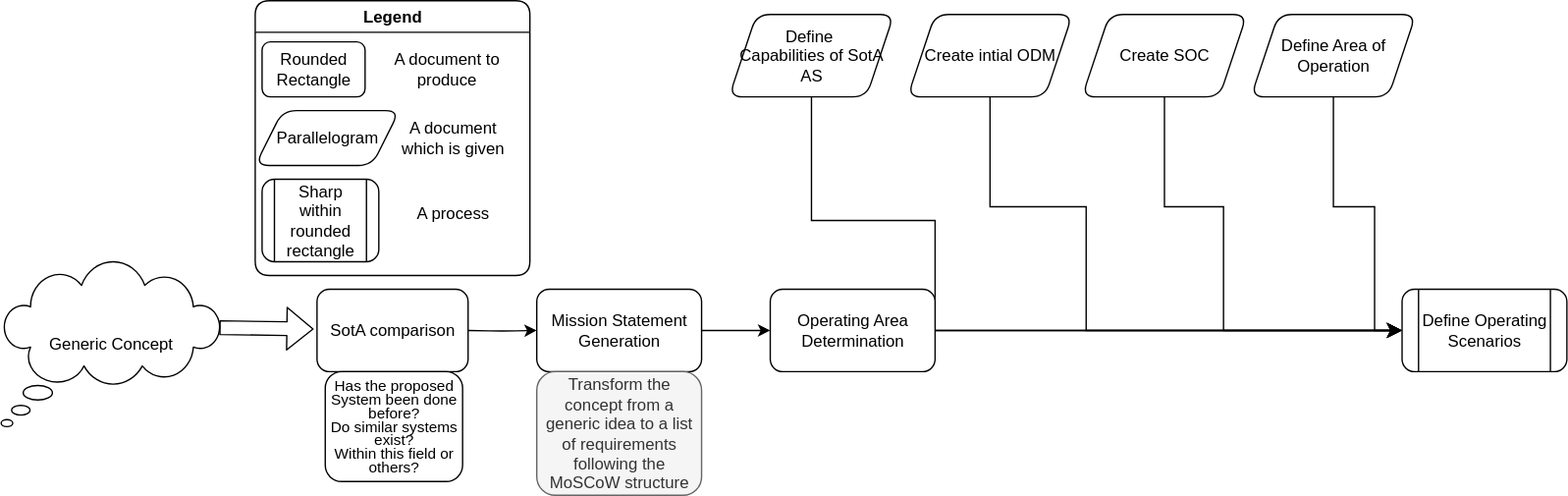
TortoiseFather/sacred-site keeps this draw.io diagram as src/diagrams/Step-1.svg. Above is the earlier version. Source tidied: cells renumbered, new cells last; positions are measured from the earlier drawing's top-left corner, leaving out a move shared by most shapes. Source of this version:
```xml
<mxGraphModel>
  <root>
    <mxCell id="0" />
    <mxCell id="1" parent="0" />
    <mxCell id="2" value="Generic Concept" style="whiteSpace=wrap;html=1;shape=mxgraph.basic.cloud_callout;rounded=1;" parent="1" vertex="1">
      <mxGeometry y="190" width="160" height="120" as="geometry" />
    </mxCell>
    <mxCell id="3" style="shape=flexArrow;endArrow=classic;html=1;rounded=1;exitX=0.993;exitY=0.4;exitDx=0;exitDy=0;exitPerimeter=0;entryX=-0.022;entryY=0.483;entryDx=0;entryDy=0;entryPerimeter=0;" parent="1" edge="1" source="2" target="10">
      <mxGeometry relative="1" as="geometry" />
    </mxCell>
    <mxCell id="4" style="edgeStyle=orthogonalEdgeStyle;rounded=1;jettySize=auto;html=1;" parent="1" edge="1" target="6">
      <mxGeometry relative="1" as="geometry">
        <mxPoint x="340" y="240" as="sourcePoint" />
      </mxGeometry>
    </mxCell>
    <mxCell id="5" style="edgeStyle=orthogonalEdgeStyle;rounded=1;jettySize=auto;html=1;" parent="1" edge="1" source="6">
      <mxGeometry relative="1" as="geometry">
        <mxPoint x="560" y="240" as="targetPoint" />
      </mxGeometry>
    </mxCell>
    <mxCell id="6" value="Mission Statement Generation" style="whiteSpace=wrap;html=1;rounded=1;" parent="1" vertex="1">
      <mxGeometry x="390" y="210" width="120" height="60" as="geometry" />
    </mxCell>
    <mxCell id="7" value="Transform the concept from a generic idea to a list of requirements following the MoSCoW structure" style="text;html=1;strokeColor=#666666;fillColor=#f5f5f5;align=center;verticalAlign=middle;whiteSpace=wrap;rounded=1;fontColor=#333333;" parent="1" vertex="1">
      <mxGeometry x="390" y="270" width="120" height="90" as="geometry" />
    </mxCell>
    <mxCell id="8" style="edgeStyle=none;curved=0;rounded=0;jettySize=auto;html=1;entryX=0;entryY=0.5;entryDx=0;entryDy=0;fontSize=12;startSize=8;endSize=8;" parent="1" edge="1" source="9" target="16">
      <mxGeometry relative="1" as="geometry">
        <Array as="points">
          <mxPoint x="590" y="160" />
          <mxPoint x="680" y="160" />
          <mxPoint x="680" y="240" />
        </Array>
      </mxGeometry>
    </mxCell>
    <mxCell id="9" value="&lt;div&gt;Define&amp;nbsp;&lt;/div&gt;&lt;div&gt;Capabilities of SotA AS&lt;/div&gt;" style="shape=parallelogram;perimeter=parallelogramPerimeter;whiteSpace=wrap;html=1;fixedSize=1;rounded=1;" parent="1" vertex="1">
      <mxGeometry x="530" y="10" width="120" height="60" as="geometry" />
    </mxCell>
    <mxCell id="10" value="SotA comparison" style="rounded=1;whiteSpace=wrap;html=1;" parent="1" vertex="1">
      <mxGeometry x="230" y="210" width="110" height="60" as="geometry" />
    </mxCell>
    <mxCell id="11" value="&lt;div style=&quot;font-size: 11px; line-height: 90%;&quot;&gt;&lt;font style=&quot;font-size: 11px;&quot;&gt;Has the proposed System been done before?&lt;/font&gt;&lt;/div&gt;&lt;div style=&quot;font-size: 11px; line-height: 90%;&quot;&gt;&lt;font style=&quot;font-size: 11px;&quot;&gt;Do similar systems exist?&lt;/font&gt;&lt;/div&gt;&lt;div style=&quot;font-size: 11px; line-height: 90%;&quot;&gt;&lt;font style=&quot;font-size: 11px;&quot;&gt;Within this field or others?&lt;br&gt;&lt;/font&gt;&lt;/div&gt;" style="rounded=1;whiteSpace=wrap;html=1;" parent="1" vertex="1">
      <mxGeometry x="236" y="270" width="100" height="80" as="geometry" />
    </mxCell>
    <mxCell id="12" style="edgeStyle=none;curved=1;rounded=1;jettySize=auto;html=1;entryX=0;entryY=0.5;entryDx=0;entryDy=0;fontSize=12;startSize=8;endSize=8;" parent="1" edge="1" source="13" target="16">
      <mxGeometry relative="1" as="geometry" />
    </mxCell>
    <mxCell id="13" value="Operating Area Determination" style="rounded=1;whiteSpace=wrap;html=1;" parent="1" vertex="1">
      <mxGeometry x="560" y="210" width="120" height="60" as="geometry" />
    </mxCell>
    <mxCell id="14" style="edgeStyle=none;curved=0;rounded=0;jettySize=auto;html=1;entryX=0;entryY=0.5;entryDx=0;entryDy=0;fontSize=12;startSize=8;endSize=8;" parent="1" edge="1" source="15" target="16">
      <mxGeometry relative="1" as="geometry">
        <Array as="points">
          <mxPoint x="970" y="150" />
          <mxPoint x="1000" y="150" />
          <mxPoint x="1000" y="240" />
        </Array>
      </mxGeometry>
    </mxCell>
    <mxCell id="15" value="Define Area of Operation" style="shape=parallelogram;perimeter=parallelogramPerimeter;whiteSpace=wrap;html=1;fixedSize=1;rounded=1;" parent="1" vertex="1">
      <mxGeometry x="910" y="10" width="120" height="60" as="geometry" />
    </mxCell>
    <mxCell id="16" value="Define Operating Scenarios" style="shape=process;whiteSpace=wrap;html=1;backgroundOutline=1;rounded=1;" parent="1" vertex="1">
      <mxGeometry x="1020" y="210" width="120" height="60" as="geometry" />
    </mxCell>
    <mxCell id="17" value="Create intial ODM" style="shape=parallelogram;perimeter=parallelogramPerimeter;whiteSpace=wrap;html=1;fixedSize=1;rounded=1;" parent="1" vertex="1">
      <mxGeometry x="660" y="10" width="120" height="60" as="geometry" />
    </mxCell>
    <mxCell id="18" style="edgeStyle=none;curved=0;rounded=0;jettySize=auto;html=1;exitX=0.5;exitY=1;exitDx=0;exitDy=0;entryX=0;entryY=0.5;entryDx=0;entryDy=0;fontSize=12;startSize=8;endSize=8;" parent="1" edge="1" source="19" target="16">
      <mxGeometry relative="1" as="geometry">
        <Array as="points">
          <mxPoint x="847" y="150" />
          <mxPoint x="890" y="150" />
          <mxPoint x="890" y="240" />
        </Array>
      </mxGeometry>
    </mxCell>
    <mxCell id="19" value="Create SOC" style="shape=parallelogram;perimeter=parallelogramPerimeter;whiteSpace=wrap;html=1;fixedSize=1;rounded=1;" parent="1" vertex="1">
      <mxGeometry x="787" y="10" width="120" height="60" as="geometry" />
    </mxCell>
    <mxCell id="20" style="endArrow=classic;html=1;rounded=0;fontSize=12;startSize=8;endSize=8;curved=0;exitX=0.5;exitY=1;exitDx=0;exitDy=0;entryX=0;entryY=0.5;entryDx=0;entryDy=0;" parent="1" edge="1" source="17" target="16">
      <mxGeometry relative="1" as="geometry">
        <Array as="points">
          <mxPoint x="720" y="150" />
          <mxPoint x="790" y="150" />
          <mxPoint x="790" y="240" />
        </Array>
      </mxGeometry>
    </mxCell>
    <mxCell id="21" value="Legend" style="swimlane;whiteSpace=wrap;html=1;rounded=1;" parent="1" vertex="1">
      <mxGeometry x="185" width="200" height="200" as="geometry" />
    </mxCell>
    <mxCell id="22" value="Rounded Rectangle" style="rounded=1;whiteSpace=wrap;html=1;" parent="21" vertex="1">
      <mxGeometry x="5" y="30" width="75" height="40" as="geometry" />
    </mxCell>
    <mxCell id="23" value="A document to produce" style="text;html=1;align=center;verticalAlign=middle;whiteSpace=wrap;rounded=0;" parent="21" vertex="1">
      <mxGeometry x="90" y="35" width="99" height="30" as="geometry" />
    </mxCell>
    <mxCell id="24" value="Parallelogram" style="shape=parallelogram;perimeter=parallelogramPerimeter;whiteSpace=wrap;html=1;fixedSize=1;rounded=1;" parent="21" vertex="1">
      <mxGeometry y="80" width="105" height="40" as="geometry" />
    </mxCell>
    <mxCell id="25" value="A document which is given" style="text;html=1;align=center;verticalAlign=middle;whiteSpace=wrap;rounded=0;" parent="21" vertex="1">
      <mxGeometry x="99" y="85" width="90" height="30" as="geometry" />
    </mxCell>
    <mxCell id="26" value="Sharp within rounded rectangle" style="shape=process;whiteSpace=wrap;html=1;backgroundOutline=1;rounded=1;" parent="21" vertex="1">
      <mxGeometry x="5" y="130" width="85" height="60" as="geometry" />
    </mxCell>
    <mxCell id="27" value="A process" style="text;html=1;align=center;verticalAlign=middle;whiteSpace=wrap;rounded=0;" parent="21" vertex="1">
      <mxGeometry x="114" y="140" width="60" height="30" as="geometry" />
    </mxCell>
  </root>
</mxGraphModel>
```
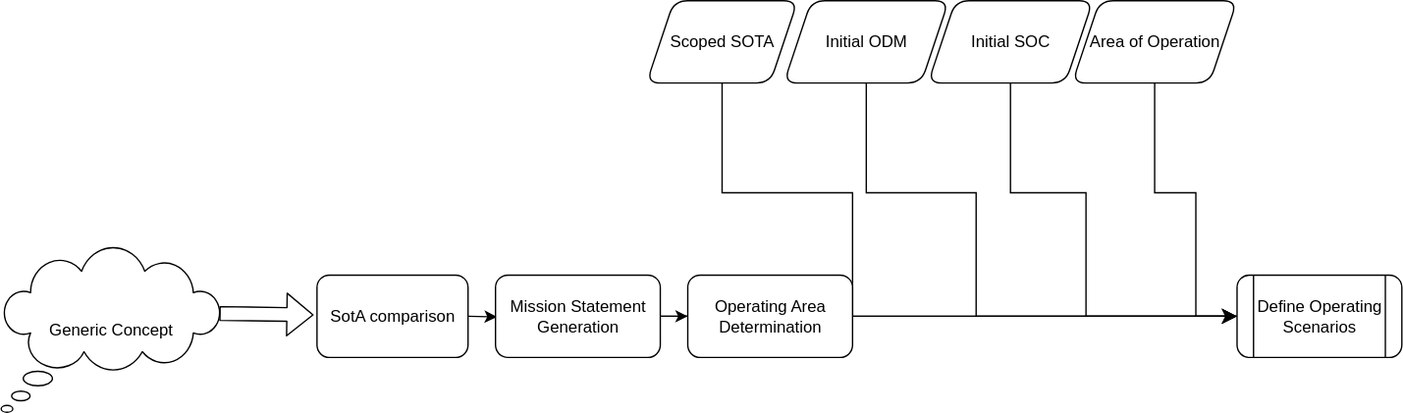
Later version of the same file.

Commit message:
step 1 theoretically

Change to the diagram source:
```diff
@@ -1,112 +1,90 @@
-<mxGraphModel>
+<mxGraphModel background="#ffffff">
   <root>
     <mxCell id="0" />
     <mxCell id="1" parent="0" />
-    <mxCell id="2" value="Generic Concept" style="whiteSpace=wrap;html=1;shape=mxgraph.basic.cloud_callout;rounded=1;" parent="1" vertex="1">
+    <mxCell id="2" value="Generic Concept" style="whiteSpace=wrap;html=1;shape=mxgraph.basic.cloud_callout;rounded=1;fontColor=#000000;fillColor=#FFFFFF;strokeColor=#000000;" parent="1" vertex="1">
       <mxGeometry y="190" width="160" height="120" as="geometry" />
     </mxCell>
-    <mxCell id="3" style="shape=flexArrow;endArrow=classic;html=1;rounded=1;exitX=0.993;exitY=0.4;exitDx=0;exitDy=0;exitPerimeter=0;entryX=-0.022;entryY=0.483;entryDx=0;entryDy=0;entryPerimeter=0;" parent="1" edge="1" source="2" target="10">
+    <mxCell id="3" style="shape=flexArrow;endArrow=classic;html=1;rounded=1;exitX=0.993;exitY=0.4;exitDx=0;exitDy=0;exitPerimeter=0;entryX=-0.022;entryY=0.483;entryDx=0;entryDy=0;entryPerimeter=0;strokeColor=#000000;" parent="1" edge="1" source="2" target="10">
       <mxGeometry relative="1" as="geometry" />
     </mxCell>
-    <mxCell id="4" style="edgeStyle=orthogonalEdgeStyle;rounded=1;jettySize=auto;html=1;" parent="1" edge="1" target="6">
+    <mxCell id="4" style="edgeStyle=orthogonalEdgeStyle;rounded=1;jettySize=auto;html=1;strokeColor=#000000;" parent="1" edge="1" target="6">
       <mxGeometry relative="1" as="geometry">
         <mxPoint x="340" y="240" as="sourcePoint" />
       </mxGeometry>
     </mxCell>
-    <mxCell id="5" style="edgeStyle=orthogonalEdgeStyle;rounded=1;jettySize=auto;html=1;" parent="1" edge="1" source="6">
+    <mxCell id="5" style="edgeStyle=orthogonalEdgeStyle;rounded=1;jettySize=auto;html=1;strokeColor=#000000;" parent="1" edge="1" source="6">
       <mxGeometry relative="1" as="geometry">
         <mxPoint x="560" y="240" as="targetPoint" />
       </mxGeometry>
     </mxCell>
+    <mxCell id="28" style="edgeStyle=orthogonalEdgeStyle;rounded=0;jettySize=auto;html=1;entryX=0;entryY=0.5;entryDx=0;entryDy=0;strokeColor=#000000;" parent="1" edge="1" source="6" target="13">
+      <mxGeometry relative="1" as="geometry" />
+    </mxCell>
-    <mxCell id="6" value="Mission Statement Generation" style="whiteSpace=wrap;html=1;rounded=1;" parent="1" vertex="1">
-      <mxGeometry x="390" y="210" width="120" height="60" as="geometry" />
+    <mxCell id="6" value="Mission Statement Generation" style="whiteSpace=wrap;html=1;rounded=1;strokeColor=#000000;fontColor=#000000;fillColor=#FFFFFF;" parent="1" vertex="1">
+      <mxGeometry x="360" y="210" width="120" height="60" as="geometry" />
     </mxCell>
-    <mxCell id="7" value="Transform the concept from a generic idea to a list of requirements following the MoSCoW structure" style="text;html=1;strokeColor=#666666;fillColor=#f5f5f5;align=center;verticalAlign=middle;whiteSpace=wrap;rounded=1;fontColor=#333333;" parent="1" vertex="1">
-      <mxGeometry x="390" y="270" width="120" height="90" as="geometry" />
-    </mxCell>
-    <mxCell id="8" style="edgeStyle=none;curved=0;rounded=0;jettySize=auto;html=1;entryX=0;entryY=0.5;entryDx=0;entryDy=0;fontSize=12;startSize=8;endSize=8;" parent="1" edge="1" source="9" target="16">
+    <mxCell id="8" style="edgeStyle=none;curved=0;rounded=0;jettySize=auto;html=1;entryX=0;entryY=0.5;entryDx=0;entryDy=0;fontSize=12;startSize=8;endSize=8;strokeColor=#000000;" parent="1" edge="1" source="9">
       <mxGeometry relative="1" as="geometry">
+        <mxPoint x="960" y="240" as="targetPoint" />
         <Array as="points">
-          <mxPoint x="590" y="160" />
-          <mxPoint x="680" y="160" />
-          <mxPoint x="680" y="240" />
+          <mxPoint x="525" y="150" />
+          <mxPoint x="620" y="150" />
+          <mxPoint x="620" y="240" />
         </Array>
       </mxGeometry>
     </mxCell>
-    <mxCell id="9" value="&lt;div&gt;Define&amp;nbsp;&lt;/div&gt;&lt;div&gt;Capabilities of SotA AS&lt;/div&gt;" style="shape=parallelogram;perimeter=parallelogramPerimeter;whiteSpace=wrap;html=1;fixedSize=1;rounded=1;" parent="1" vertex="1">
-      <mxGeometry x="530" y="10" width="120" height="60" as="geometry" />
+    <mxCell id="9" value="&lt;span style=&quot;color: rgb(0, 0, 0);&quot;&gt;Scoped SOTA&lt;/span&gt;" style="shape=parallelogram;perimeter=parallelogramPerimeter;whiteSpace=wrap;html=1;fixedSize=1;rounded=1;strokeColor=#000000;fontColor=#000000;fillColor=#FFFFFF;" parent="1" vertex="1">
+      <mxGeometry x="470" y="10" width="110" height="60" as="geometry" />
     </mxCell>
-    <mxCell id="10" value="SotA comparison" style="rounded=1;whiteSpace=wrap;html=1;" parent="1" vertex="1">
+    <mxCell id="10" value="SotA comparison" style="rounded=1;whiteSpace=wrap;html=1;strokeColor=#000000;fontColor=#000000;fillColor=#FFFFFF;" parent="1" vertex="1">
       <mxGeometry x="230" y="210" width="110" height="60" as="geometry" />
     </mxCell>
-    <mxCell id="11" value="&lt;div style=&quot;font-size: 11px; line-height: 90%;&quot;&gt;&lt;font style=&quot;font-size: 11px;&quot;&gt;Has the proposed System been done before?&lt;/font&gt;&lt;/div&gt;&lt;div style=&quot;font-size: 11px; line-height: 90%;&quot;&gt;&lt;font style=&quot;font-size: 11px;&quot;&gt;Do similar systems exist?&lt;/font&gt;&lt;/div&gt;&lt;div style=&quot;font-size: 11px; line-height: 90%;&quot;&gt;&lt;font style=&quot;font-size: 11px;&quot;&gt;Within this field or others?&lt;br&gt;&lt;/font&gt;&lt;/div&gt;" style="rounded=1;whiteSpace=wrap;html=1;" parent="1" vertex="1">
-      <mxGeometry x="236" y="270" width="100" height="80" as="geometry" />
-    </mxCell>
-    <mxCell id="12" style="edgeStyle=none;curved=1;rounded=1;jettySize=auto;html=1;entryX=0;entryY=0.5;entryDx=0;entryDy=0;fontSize=12;startSize=8;endSize=8;" parent="1" edge="1" source="13" target="16">
+    <mxCell id="12" style="edgeStyle=none;curved=1;rounded=1;jettySize=auto;html=1;entryX=0;entryY=0.5;entryDx=0;entryDy=0;fontSize=12;startSize=8;endSize=8;strokeColor=#000000;" parent="1" edge="1" source="13" target="16">
       <mxGeometry relative="1" as="geometry" />
     </mxCell>
-    <mxCell id="13" value="Operating Area Determination" style="rounded=1;whiteSpace=wrap;html=1;" parent="1" vertex="1">
-      <mxGeometry x="560" y="210" width="120" height="60" as="geometry" />
+    <mxCell id="13" value="Operating Area Determination" style="rounded=1;whiteSpace=wrap;html=1;strokeColor=#000000;fontColor=#000000;fillColor=#FFFFFF;" parent="1" vertex="1">
+      <mxGeometry x="500" y="210" width="120" height="60" as="geometry" />
     </mxCell>
-    <mxCell id="14" style="edgeStyle=none;curved=0;rounded=0;jettySize=auto;html=1;entryX=0;entryY=0.5;entryDx=0;entryDy=0;fontSize=12;startSize=8;endSize=8;" parent="1" edge="1" source="15" target="16">
+    <mxCell id="14" style="edgeStyle=none;curved=0;rounded=0;jettySize=auto;html=1;entryX=0;entryY=0.5;entryDx=0;entryDy=0;fontSize=12;startSize=8;endSize=8;strokeColor=#000000;" parent="1" edge="1" source="15">
       <mxGeometry relative="1" as="geometry">
+        <mxPoint x="930" y="240" as="targetPoint" />
         <Array as="points">
-          <mxPoint x="970" y="150" />
-          <mxPoint x="1000" y="150" />
-          <mxPoint x="1000" y="240" />
+          <mxPoint x="840" y="150" />
+          <mxPoint x="870" y="150" />
+          <mxPoint x="870" y="240" />
         </Array>
       </mxGeometry>
     </mxCell>
-    <mxCell id="15" value="Define Area of Operation" style="shape=parallelogram;perimeter=parallelogramPerimeter;whiteSpace=wrap;html=1;fixedSize=1;rounded=1;" parent="1" vertex="1">
-      <mxGeometry x="910" y="10" width="120" height="60" as="geometry" />
+    <mxCell id="15" value="&lt;span style=&quot;color: rgb(0, 0, 0);&quot;&gt;Area of Operation&lt;/span&gt;" style="shape=parallelogram;perimeter=parallelogramPerimeter;whiteSpace=wrap;html=1;fixedSize=1;rounded=1;strokeColor=#000000;fontColor=#000000;fillColor=#FFFFFF;" parent="1" vertex="1">
+      <mxGeometry x="780" y="10" width="120" height="60" as="geometry" />
     </mxCell>
-    <mxCell id="16" value="Define Operating Scenarios" style="shape=process;whiteSpace=wrap;html=1;backgroundOutline=1;rounded=1;" parent="1" vertex="1">
-      <mxGeometry x="1020" y="210" width="120" height="60" as="geometry" />
+    <mxCell id="16" value="Define Operating Scenarios" style="shape=process;whiteSpace=wrap;html=1;backgroundOutline=1;rounded=1;strokeColor=#000000;fontColor=#000000;fillColor=#FFFFFF;" parent="1" vertex="1">
+      <mxGeometry x="900" y="210" width="120" height="60" as="geometry" />
     </mxCell>
-    <mxCell id="17" value="Create intial ODM" style="shape=parallelogram;perimeter=parallelogramPerimeter;whiteSpace=wrap;html=1;fixedSize=1;rounded=1;" parent="1" vertex="1">
-      <mxGeometry x="660" y="10" width="120" height="60" as="geometry" />
+    <mxCell id="17" value="&lt;span style=&quot;color: rgb(0, 0, 0);&quot;&gt;Initial ODM&lt;/span&gt;" style="shape=parallelogram;perimeter=parallelogramPerimeter;whiteSpace=wrap;html=1;fixedSize=1;rounded=1;strokeColor=#000000;fontColor=#000000;fillColor=#FFFFFF;" parent="1" vertex="1">
+      <mxGeometry x="570" y="10" width="120" height="60" as="geometry" />
     </mxCell>
-    <mxCell id="18" style="edgeStyle=none;curved=0;rounded=0;jettySize=auto;html=1;exitX=0.5;exitY=1;exitDx=0;exitDy=0;entryX=0;entryY=0.5;entryDx=0;entryDy=0;fontSize=12;startSize=8;endSize=8;" parent="1" edge="1" source="19" target="16">
+    <mxCell id="18" style="edgeStyle=none;curved=0;rounded=0;jettySize=auto;html=1;exitX=0.5;exitY=1;exitDx=0;exitDy=0;entryX=0;entryY=0.5;entryDx=0;entryDy=0;fontSize=12;startSize=8;endSize=8;strokeColor=#000000;" parent="1" edge="1" source="19" target="16">
       <mxGeometry relative="1" as="geometry">
         <Array as="points">
-          <mxPoint x="847" y="150" />
-          <mxPoint x="890" y="150" />
-          <mxPoint x="890" y="240" />
+          <mxPoint x="735" y="150" />
+          <mxPoint x="790" y="150" />
+          <mxPoint x="790" y="240" />
         </Array>
       </mxGeometry>
     </mxCell>
-    <mxCell id="19" value="Create SOC" style="shape=parallelogram;perimeter=parallelogramPerimeter;whiteSpace=wrap;html=1;fixedSize=1;rounded=1;" parent="1" vertex="1">
-      <mxGeometry x="787" y="10" width="120" height="60" as="geometry" />
+    <mxCell id="19" value="&lt;span style=&quot;color: rgb(0, 0, 0);&quot;&gt;Initial SOC&lt;/span&gt;" style="shape=parallelogram;perimeter=parallelogramPerimeter;whiteSpace=wrap;html=1;fixedSize=1;rounded=1;strokeColor=#000000;fontColor=#000000;fillColor=#FFFFFF;" parent="1" vertex="1">
+      <mxGeometry x="675" y="10" width="120" height="60" as="geometry" />
     </mxCell>
-    <mxCell id="20" style="endArrow=classic;html=1;rounded=0;fontSize=12;startSize=8;endSize=8;curved=0;exitX=0.5;exitY=1;exitDx=0;exitDy=0;entryX=0;entryY=0.5;entryDx=0;entryDy=0;" parent="1" edge="1" source="17" target="16">
+    <mxCell id="20" style="endArrow=classic;html=1;rounded=0;fontSize=12;startSize=8;endSize=8;curved=0;exitX=0.5;exitY=1;exitDx=0;exitDy=0;entryX=0;entryY=0.5;entryDx=0;entryDy=0;strokeColor=#000000;" parent="1" edge="1" source="17" target="16">
       <mxGeometry relative="1" as="geometry">
         <Array as="points">
-          <mxPoint x="720" y="150" />
-          <mxPoint x="790" y="150" />
-          <mxPoint x="790" y="240" />
+          <mxPoint x="630" y="150" />
+          <mxPoint x="710" y="150" />
+          <mxPoint x="710" y="240" />
         </Array>
       </mxGeometry>
     </mxCell>
-    <mxCell id="21" value="Legend" style="swimlane;whiteSpace=wrap;html=1;rounded=1;" parent="1" vertex="1">
-      <mxGeometry x="185" width="200" height="200" as="geometry" />
-    </mxCell>
-    <mxCell id="22" value="Rounded Rectangle" style="rounded=1;whiteSpace=wrap;html=1;" parent="21" vertex="1">
-      <mxGeometry x="5" y="30" width="75" height="40" as="geometry" />
-    </mxCell>
-    <mxCell id="23" value="A document to produce" style="text;html=1;align=center;verticalAlign=middle;whiteSpace=wrap;rounded=0;" parent="21" vertex="1">
-      <mxGeometry x="90" y="35" width="99" height="30" as="geometry" />
-    </mxCell>
-    <mxCell id="24" value="Parallelogram" style="shape=parallelogram;perimeter=parallelogramPerimeter;whiteSpace=wrap;html=1;fixedSize=1;rounded=1;" parent="21" vertex="1">
-      <mxGeometry y="80" width="105" height="40" as="geometry" />
-    </mxCell>
-    <mxCell id="25" value="A document which is given" style="text;html=1;align=center;verticalAlign=middle;whiteSpace=wrap;rounded=0;" parent="21" vertex="1">
-      <mxGeometry x="99" y="85" width="90" height="30" as="geometry" />
-    </mxCell>
-    <mxCell id="26" value="Sharp within rounded rectangle" style="shape=process;whiteSpace=wrap;html=1;backgroundOutline=1;rounded=1;" parent="21" vertex="1">
-      <mxGeometry x="5" y="130" width="85" height="60" as="geometry" />
-    </mxCell>
-    <mxCell id="27" value="A process" style="text;html=1;align=center;verticalAlign=middle;whiteSpace=wrap;rounded=0;" parent="21" vertex="1">
-      <mxGeometry x="114" y="140" width="60" height="30" as="geometry" />
-    </mxCell>
   </root>
 </mxGraphModel>
```
